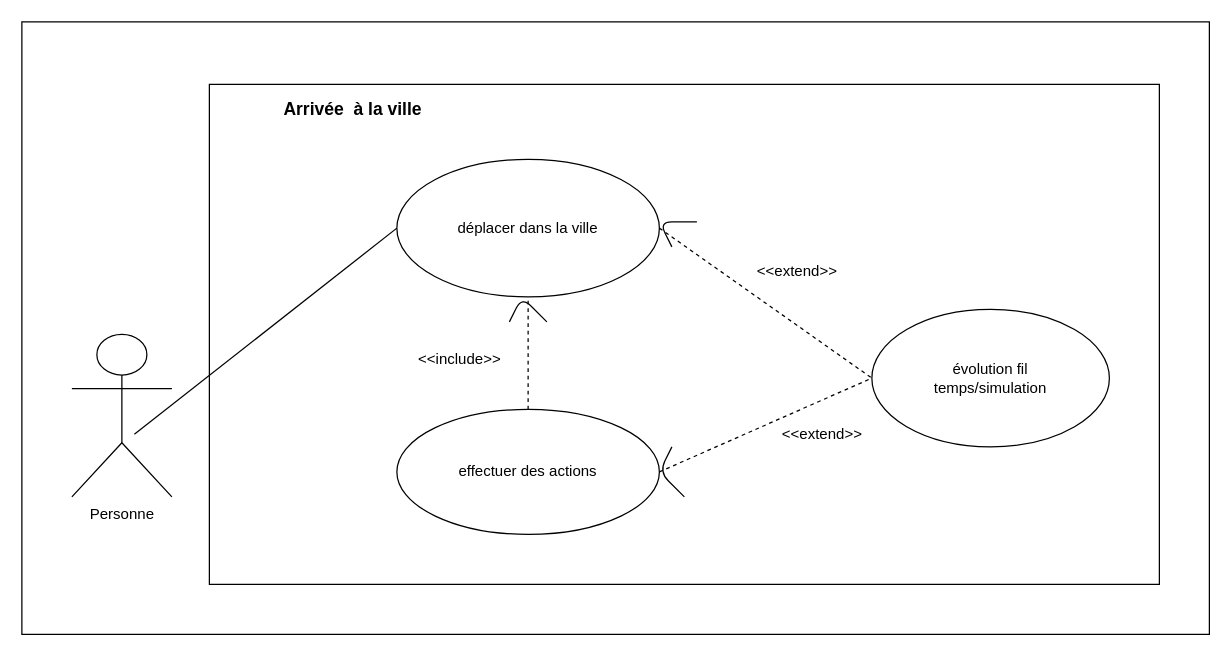
Viringe/projetL3UML-Baudoin-Gries-EL_IDRISSI_EL_BOUZIDI-2020 keeps this draw.io diagram as Untitled Diagram.drawio. Above is the earlier version. Source tidied: cells renumbered, new cells numbered last; positions are measured from the earlier drawing's top-left corner, leaving out a move shared by most shapes. Both pictures are drawn from the tidied source at 125%, with x=0, y=0 at pixel (21, 21).
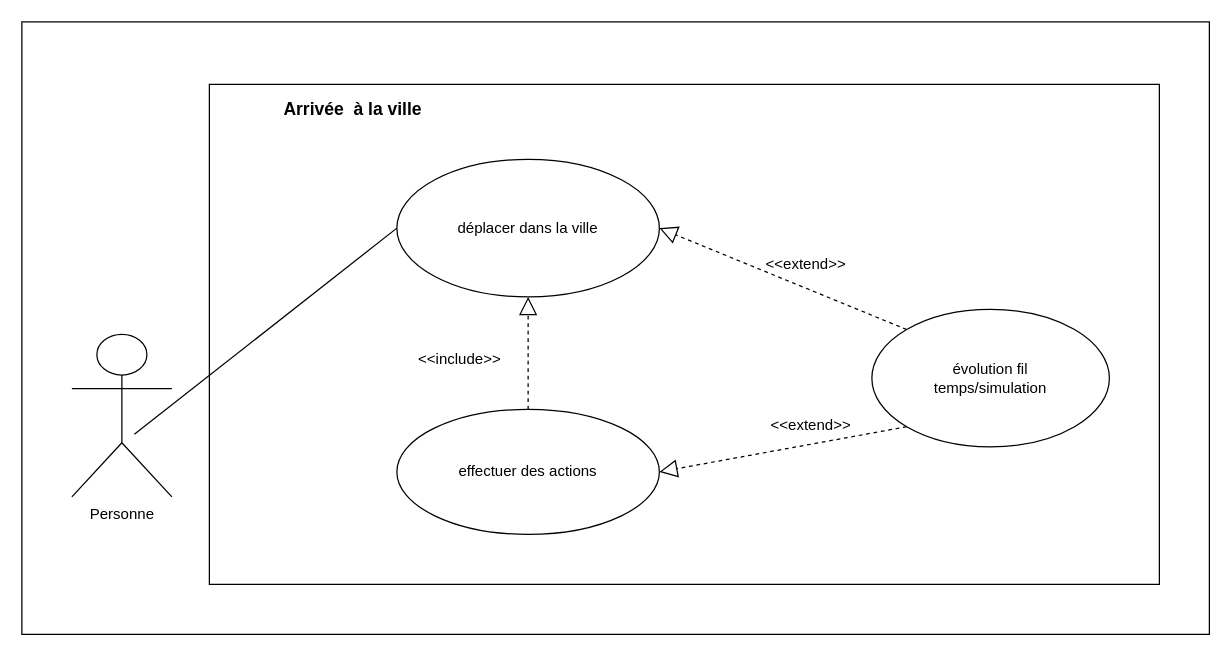
The same diagram, later.

Unchanged cells that the change refers to:
```xml
<mxCell id="5" value="déplacer dans la ville" style="ellipse;whiteSpace=wrap;html=1;" parent="1" vertex="1">
  <mxGeometry x="300" y="110" width="210" height="110" as="geometry" />
</mxCell>
<mxCell id="6" value="effectuer des actions" style="ellipse;whiteSpace=wrap;html=1;" parent="1" vertex="1">
  <mxGeometry x="300" y="310" width="210" height="100" as="geometry" />
</mxCell>
<mxCell id="7" value="évolution fil &lt;br&gt;temps/simulation" style="ellipse;whiteSpace=wrap;html=1;" parent="1" vertex="1">
  <mxGeometry x="680" y="230" width="190" height="110" as="geometry" />
</mxCell>
```

Change to the diagram source:
```diff
@@
-    <mxCell id="9" style="endArrow=none;dashed=1;html=1;exitX=0.5;exitY=0;exitDx=0;exitDy=0;entryX=0.5;entryY=1;entryDx=0;entryDy=0;" parent="1" edge="1" source="6" target="5">
-      <mxGeometry relative="1" as="geometry" />
-    </mxCell>
@@
-    <mxCell id="11" style="endArrow=none;dashed=1;html=1;exitX=1;exitY=0.5;exitDx=0;exitDy=0;entryX=0;entryY=0.5;entryDx=0;entryDy=0;" parent="1" edge="1" source="5" target="7">
-      <mxGeometry relative="1" as="geometry" />
-    </mxCell>
-    <mxCell id="12" style="endArrow=none;dashed=1;html=1;exitX=1;exitY=0.5;exitDx=0;exitDy=0;entryX=0;entryY=0.5;entryDx=0;entryDy=0;" parent="1" edge="1" source="6" target="7">
-      <mxGeometry relative="1" as="geometry" />
-    </mxCell>
     <mxCell id="13" value="&amp;lt;&amp;lt;extend&amp;gt;&amp;gt;" style="text;html=1;align=center;verticalAlign=middle;" parent="1" vertex="1">
-      <mxGeometry x="580" y="190" width="80" height="20" as="geometry" />
+      <mxGeometry x="587" y="184" width="80" height="20" as="geometry" />
     </mxCell>
     <mxCell id="14" value="&amp;lt;&amp;lt;extend&amp;gt;&amp;gt;" style="text;html=1;align=center;verticalAlign=middle;" parent="1" vertex="1">
-      <mxGeometry x="600" y="320" width="80" height="20" as="geometry" />
+      <mxGeometry x="591" y="313" width="80" height="20" as="geometry" />
     </mxCell>
@@
-    <mxCell id="16" style="endArrow=none;html=1;" parent="1" edge="1">
-      <mxGeometry relative="1" as="geometry">
-        <mxPoint x="390" y="240" as="sourcePoint" />
-        <mxPoint x="420" y="240" as="targetPoint" />
-        <Array as="points">
-          <mxPoint x="400" y="220" />
-        </Array>
-      </mxGeometry>
-    </mxCell>
-    <mxCell id="17" style="endArrow=none;html=1;" parent="1" edge="1">
-      <mxGeometry relative="1" as="geometry">
-        <mxPoint x="520" y="180" as="sourcePoint" />
-        <mxPoint x="540" y="160" as="targetPoint" />
-        <Array as="points">
-          <mxPoint x="510" y="160" />
-        </Array>
-      </mxGeometry>
-    </mxCell>
-    <mxCell id="18" style="endArrow=none;html=1;" parent="1" edge="1">
-      <mxGeometry relative="1" as="geometry">
-        <mxPoint x="530" y="380" as="sourcePoint" />
-        <mxPoint x="520" y="340" as="targetPoint" />
-        <Array as="points">
-          <mxPoint x="510" y="360" />
-        </Array>
-      </mxGeometry>
-    </mxCell>
+    <mxCell id="9" style="endArrow=block;dashed=1;endFill=0;endSize=12;html=1;exitX=0.5;exitY=0;exitDx=0;exitDy=0;entryX=0.5;entryY=1;entryDx=0;entryDy=0;" parent="1" edge="1" source="6" target="5">
+      <mxGeometry relative="1" as="geometry" />
+    </mxCell>
+    <mxCell id="19" style="endArrow=block;dashed=1;endFill=0;endSize=12;html=1;entryX=1;entryY=0.5;entryDx=0;entryDy=0;exitX=0;exitY=1;exitDx=0;exitDy=0;" parent="1" edge="1" source="7" target="6">
+      <mxGeometry relative="1" as="geometry" />
+    </mxCell>
+    <mxCell id="20" style="endArrow=block;dashed=1;endFill=0;endSize=12;html=1;exitX=0;exitY=0;exitDx=0;exitDy=0;entryX=1;entryY=0.5;entryDx=0;entryDy=0;" parent="1" edge="1" source="7" target="5">
+      <mxGeometry relative="1" as="geometry" />
+    </mxCell>
```
